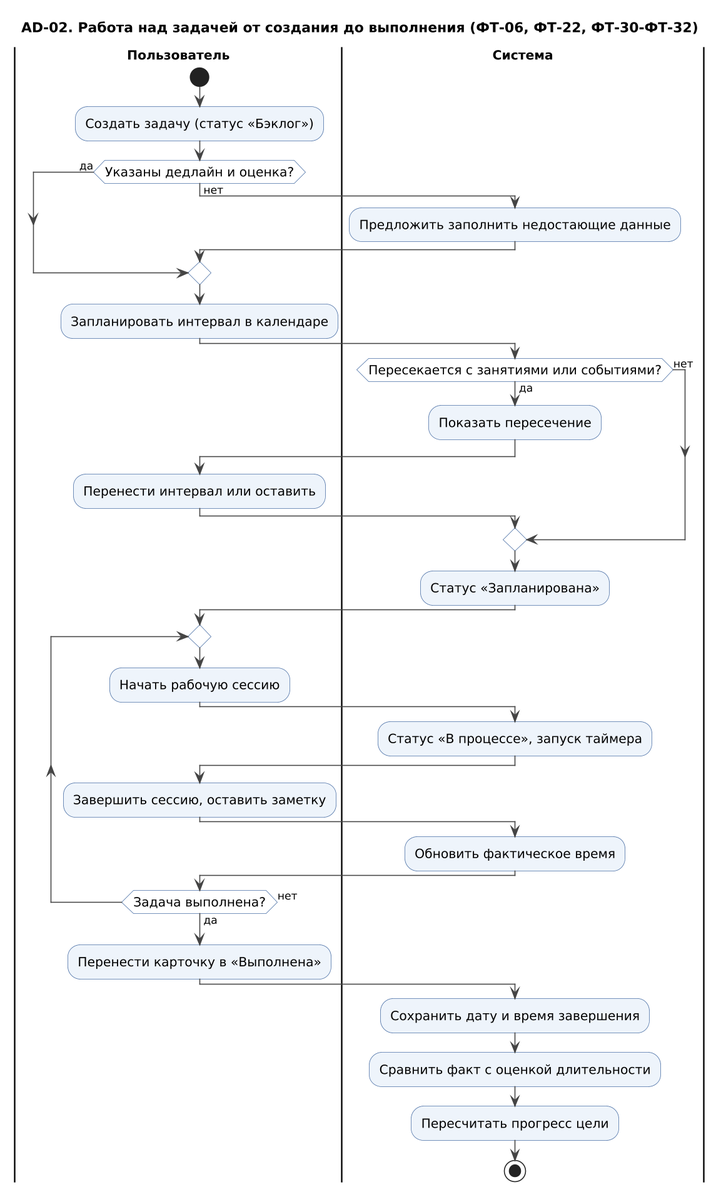
Above: docs/uml/png/AD-02_vypolnenie_zadachi.png in freez044/kpo_project (PlantUML), before the change.
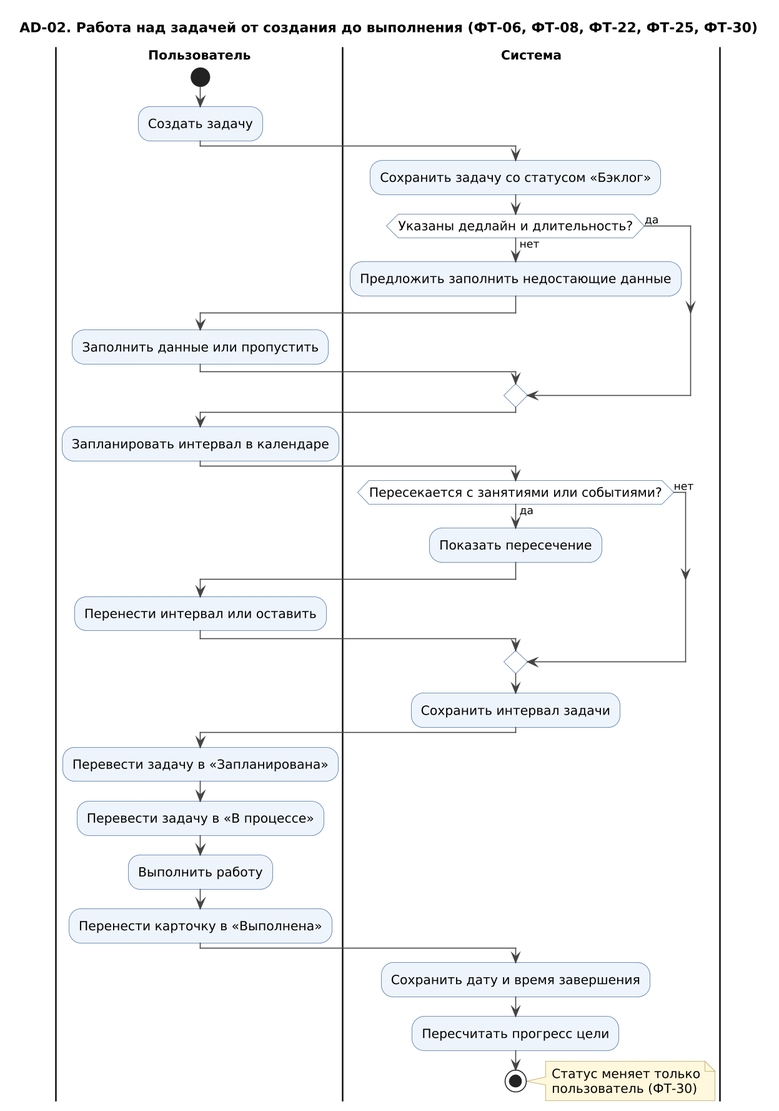
After the change.

Diff of the diagram source:
```diff
@@ -1,15 +1,19 @@
 @startuml AD-02_vypolnenie_zadachi
 !include style.iuml
-title AD-02. Работа над задачей от создания до выполнения (ФТ-06, ФТ-22, ФТ-30-ФТ-32)
+title AD-02. Работа над задачей от создания до выполнения (ФТ-06, ФТ-08, ФТ-22, ФТ-25, ФТ-30)
 |Пользователь|
 start
-:Создать задачу (статус «Бэклог»);
-if (Указаны дедлайн и оценка?) then (нет)
-  |Система|
+:Создать задачу;
+|Система|
+:Сохранить задачу со статусом «Бэклог»;
+if (Указаны дедлайн и длительность?) then (нет)
   :Предложить заполнить недостающие данные;
   |Пользователь|
+  :Заполнить данные или пропустить;
+  |Система|
 else (да)
 endif
+|Пользователь|
 :Запланировать интервал в календаре;
 |Система|
 if (Пересекается с занятиями или событиями?) then (да)
@@ -19,22 +23,18 @@
   |Система|
 else (нет)
 endif
-:Статус «Запланирована»;
+:Сохранить интервал задачи;
 |Пользователь|
-repeat
-  :Начать рабочую сессию;
-  |Система|
-  :Статус «В процессе», запуск таймера;
-  |Пользователь|
-  :Завершить сессию, оставить заметку;
-  |Система|
-  :Обновить фактическое время;
-  |Пользователь|
-repeat while (Задача выполнена?) is (нет) not (да)
+:Перевести задачу в «Запланирована»;
+:Перевести задачу в «В процессе»;
+:Выполнить работу;
 :Перенести карточку в «Выполнена»;
 |Система|
 :Сохранить дату и время завершения;
-:Сравнить факт с оценкой длительности;
 :Пересчитать прогресс цели;
 stop
+note right
+  Статус меняет только
+  пользователь (ФТ-30)
+end note
 @enduml
```
